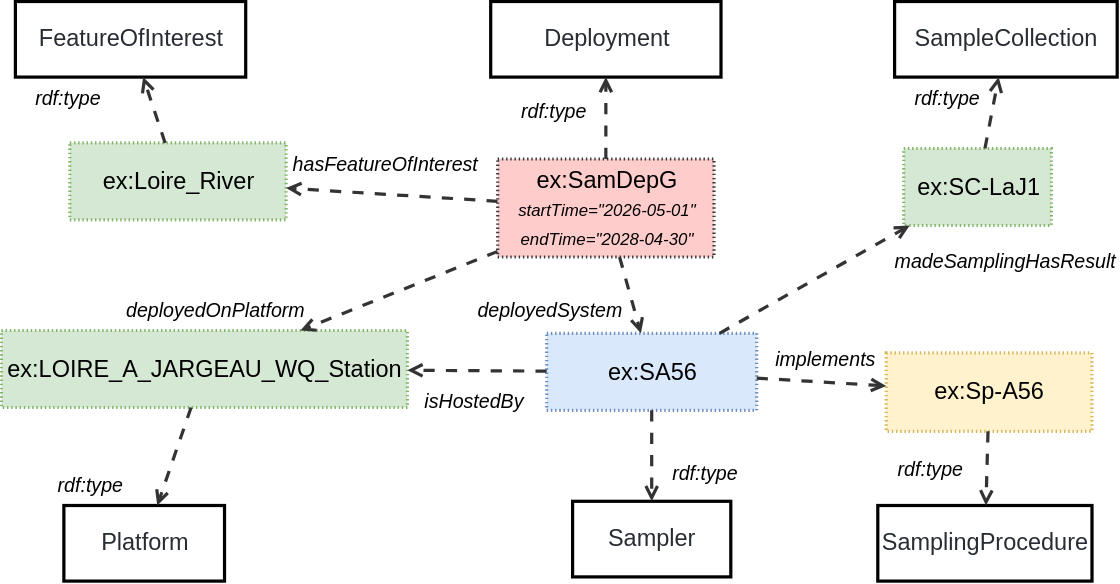
w3c/sdw-sosa-ssn keeps this draw.io diagram as ssn/images/PlannedDeployment.svg. Above is the earlier version. Source tidied: cells renumbered, new cells last; positions are measured from the earlier drawing's top-left corner, leaving out a move shared by most shapes.
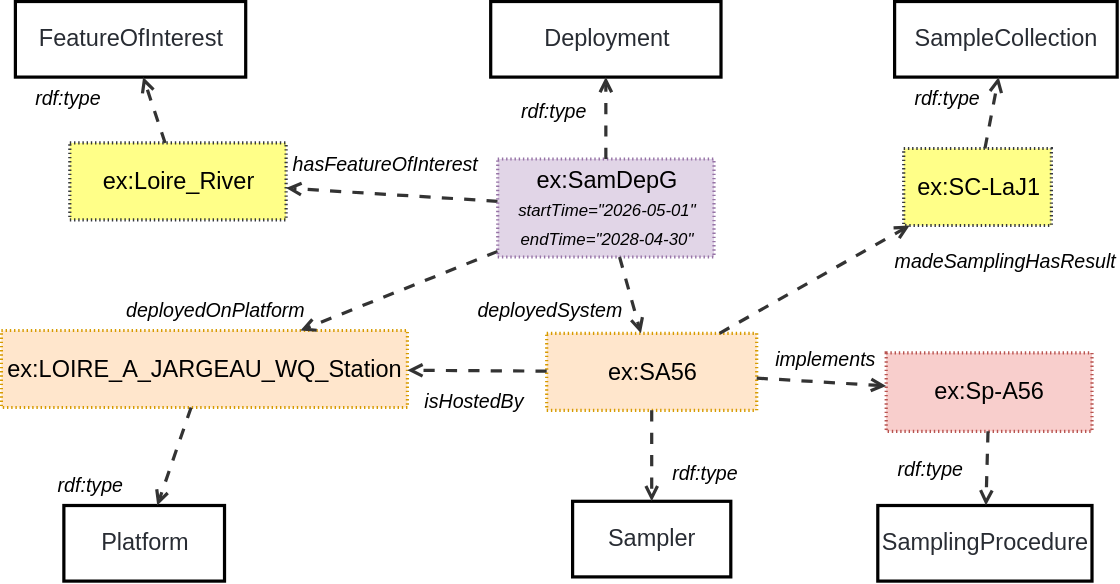
The same file after the commit.

Diff of the diagram source:
```diff
@@ -2,7 +2,7 @@
   <root>
     <mxCell id="0" />
     <mxCell id="1" parent="0" />
-    <mxCell id="2" value="ex:SC-LaJ1" style="html=1;overflow=block;blockSpacing=1;whiteSpace=wrap;fontSize=16.8;align=center;spacing=0;strokeOpacity=100;fillColor=#d5e8d4;dashed=1;fixDash=1;dashPattern=1 2;strokeWidth=2.3;strokeColor=#82b366;" parent="1" vertex="1">
+    <mxCell id="2" value="ex:SC-LaJ1" style="html=1;overflow=block;blockSpacing=1;whiteSpace=wrap;fontSize=16.8;align=center;spacing=0;strokeOpacity=100;fillColor=#ffff88;dashed=1;fixDash=1;dashPattern=1 2;strokeWidth=2.3;strokeColor=#36393d;" parent="1" vertex="1">
       <mxGeometry x="644.5" y="105" width="105.5" height="55" as="geometry" />
     </mxCell>
     <mxCell id="3" value="SampleCollection" style="html=1;overflow=block;blockSpacing=1;whiteSpace=wrap;fontSize=16.8;fontColor=#282c33;align=center;spacing=0;strokeOpacity=100;fillColor=none;strokeWidth=2.3;" parent="1" vertex="1">
@@ -14,7 +14,7 @@
     <mxCell id="5" value="rdf:type" style="html=1;overflow=block;blockSpacing=1;whiteSpace=wrap;fontSize=14;fontStyle=2;align=center;spacing=0;strokeColor=none;strokeOpacity=100;fillOpacity=100;fillColor=none;strokeWidth=2.3;lucidId=ZyNQdXScJ7d8;" parent="1" vertex="1">
       <mxGeometry x="638" y="54" width="75" height="30" as="geometry" />
     </mxCell>
-    <mxCell id="6" value="ex:Loire_River" style="html=1;overflow=block;blockSpacing=1;whiteSpace=wrap;fontSize=16.8;align=center;spacing=0;strokeOpacity=100;fillColor=#d5e8d4;dashed=1;fixDash=1;dashPattern=1 2;strokeWidth=2.3;strokeColor=#82b366;" parent="1" vertex="1">
+    <mxCell id="6" value="ex:Loire_River" style="html=1;overflow=block;blockSpacing=1;whiteSpace=wrap;fontSize=16.8;align=center;spacing=0;strokeOpacity=100;fillColor=#ffff88;dashed=1;fixDash=1;dashPattern=1 2;strokeWidth=2.3;strokeColor=#36393d;" parent="1" vertex="1">
       <mxGeometry x="48.9" y="101" width="154.5" height="55" as="geometry" />
     </mxCell>
     <mxCell id="7" style="html=1;jettySize=18;whiteSpace=wrap;fontSize=13;strokeColor=#333333;strokeOpacity=100;dashed=1;fixDash=1;dashPattern=8 8;strokeWidth=2.3;rounded=0;arcSize=24;startArrow=none;endArrow=open;lucidId=a.MQUB3mGXbf;" parent="1" edge="1" source="30" target="6">
@@ -32,7 +32,7 @@
     <mxCell id="11" style="html=1;jettySize=18;whiteSpace=wrap;fontSize=13;strokeColor=#333333;strokeOpacity=100;dashed=1;fixDash=1;dashPattern=8 8;strokeWidth=2.3;rounded=0;startArrow=none;endArrow=open;lucidId=XvNQ3zJcAKRb;" parent="1" edge="1" source="6" target="9">
       <mxGeometry relative="1" as="geometry" />
     </mxCell>
-    <mxCell id="12" value="ex:SA56" style="html=1;overflow=block;blockSpacing=1;whiteSpace=wrap;fontSize=16.8;align=center;spacing=0;strokeOpacity=100;fillColor=#dae8fc;dashed=1;fixDash=1;dashPattern=1 2;strokeWidth=2.3;strokeColor=#6c8ebf;" parent="1" vertex="1">
+    <mxCell id="12" value="ex:SA56" style="html=1;overflow=block;blockSpacing=1;whiteSpace=wrap;fontSize=16.8;align=center;spacing=0;strokeOpacity=100;fillColor=#ffe6cc;dashed=1;fixDash=1;dashPattern=1 2;strokeWidth=2.3;strokeColor=#d79b00;" parent="1" vertex="1">
       <mxGeometry x="389.5" y="237" width="150" height="55" as="geometry" />
     </mxCell>
     <mxCell id="13" value="Sampler" style="html=1;overflow=block;blockSpacing=1;whiteSpace=wrap;fontSize=16.8;fontColor=#282c33;align=center;spacing=0;strokeOpacity=100;fillColor=none;strokeWidth=2.3;" parent="1" vertex="1">
@@ -50,7 +50,7 @@
     <mxCell id="17" value="madeSamplingHasResult" style="html=1;overflow=block;blockSpacing=1;whiteSpace=wrap;fontSize=14;fontStyle=2;align=center;spacing=0;strokeColor=none;strokeOpacity=100;fillOpacity=100;fillColor=none;strokeWidth=2.3;lucidId=a.MQIzYVmevB;" parent="1" vertex="1">
       <mxGeometry x="638" y="170" width="75" height="30" as="geometry" />
     </mxCell>
-    <mxCell id="18" value="ex:LOIRE_A_JARGEAU_WQ_Station" style="html=1;overflow=block;blockSpacing=1;whiteSpace=wrap;fontSize=16.8;align=center;spacing=0;strokeOpacity=100;fillColor=#d5e8d4;dashed=1;fixDash=1;dashPattern=1 2;strokeWidth=2.3;strokeColor=#82b366;" parent="1" vertex="1">
+    <mxCell id="18" value="ex:LOIRE_A_JARGEAU_WQ_Station" style="html=1;overflow=block;blockSpacing=1;whiteSpace=wrap;fontSize=16.8;align=center;spacing=0;strokeOpacity=100;fillColor=#ffe6cc;dashed=1;fixDash=1;dashPattern=1 2;strokeWidth=2.3;strokeColor=#d79b00;" parent="1" vertex="1">
       <mxGeometry y="235" width="290" height="55" as="geometry" />
     </mxCell>
     <mxCell id="19" value="Platform" style="html=1;overflow=block;blockSpacing=1;whiteSpace=wrap;fontSize=16.8;fontColor=#282c33;align=center;spacing=0;strokeOpacity=100;fillColor=none;strokeWidth=2.3;" parent="1" vertex="1">
@@ -68,7 +68,7 @@
     <mxCell id="23" value="deployedOnPlatform" style="html=1;overflow=block;blockSpacing=1;whiteSpace=wrap;fontSize=14;fontStyle=2;align=center;spacing=0;strokeColor=none;strokeOpacity=100;fillOpacity=100;fillColor=none;strokeWidth=2.3;lucidId=a.MQIzYVmevB;" parent="1" vertex="1">
       <mxGeometry x="88.6" y="205" width="75" height="30" as="geometry" />
     </mxCell>
-    <mxCell id="24" value="ex:Sp-A56" style="html=1;overflow=block;blockSpacing=1;whiteSpace=wrap;fontSize=16.8;align=center;spacing=0;strokeOpacity=100;fillColor=#fff2cc;dashed=1;fixDash=1;dashPattern=1 2;strokeWidth=2.3;strokeColor=#d6b656;" parent="1" vertex="1">
+    <mxCell id="24" value="ex:Sp-A56" style="html=1;overflow=block;blockSpacing=1;whiteSpace=wrap;fontSize=16.8;align=center;spacing=0;strokeOpacity=100;fillColor=#f8cecc;dashed=1;fixDash=1;dashPattern=1 2;strokeWidth=2.3;strokeColor=#b85450;" parent="1" vertex="1">
       <mxGeometry x="632" y="251" width="147" height="56" as="geometry" />
     </mxCell>
     <mxCell id="25" value="SamplingProcedure" style="html=1;overflow=block;blockSpacing=1;whiteSpace=wrap;fontSize=16.8;fontColor=#282c33;align=center;spacing=0;strokeOpacity=100;fillColor=none;strokeWidth=2.3;" parent="1" vertex="1">
@@ -86,7 +86,7 @@
     <mxCell id="29" value="implements" style="html=1;overflow=block;blockSpacing=1;whiteSpace=wrap;fontSize=14;fontStyle=2;align=center;spacing=0;strokeColor=none;strokeOpacity=100;fillOpacity=100;fillColor=none;strokeWidth=2.3;lucidId=ZyNQdXScJ7d8;" parent="1" vertex="1">
       <mxGeometry x="551" y="240" width="75" height="30" as="geometry" />
     </mxCell>
-    <mxCell id="30" value="ex:SamDepG&lt;br&gt;&lt;font style=&quot;font-size: 12px;&quot;&gt;&lt;i&gt;startTime=&quot;2026-05-01&quot;&lt;br&gt;endTime=&quot;2028-04-30&quot;&lt;/i&gt;&lt;/font&gt;" style="html=1;overflow=block;blockSpacing=1;whiteSpace=wrap;fontSize=16.8;align=center;spacing=0;strokeOpacity=100;fillColor=#ffcccc;dashed=1;fixDash=1;dashPattern=1 2;strokeWidth=2.3;strokeColor=#36393d;" parent="1" vertex="1">
+    <mxCell id="30" value="ex:SamDepG&lt;br&gt;&lt;font style=&quot;font-size: 12px;&quot;&gt;&lt;i&gt;startTime=&quot;2026-05-01&quot;&lt;br&gt;endTime=&quot;2028-04-30&quot;&lt;/i&gt;&lt;/font&gt;" style="html=1;overflow=block;blockSpacing=1;whiteSpace=wrap;fontSize=16.8;align=center;spacing=0;strokeOpacity=100;fillColor=#e1d5e7;dashed=1;fixDash=1;dashPattern=1 2;strokeWidth=2.3;strokeColor=#9673a6;" parent="1" vertex="1">
       <mxGeometry x="354.5" y="112.5" width="154.5" height="70" as="geometry" />
     </mxCell>
     <mxCell id="31" value="Deployment" style="html=1;overflow=block;blockSpacing=1;whiteSpace=wrap;fontSize=16.8;fontColor=#282c33;align=center;spacing=0;strokeOpacity=100;fillColor=none;strokeWidth=2.3;" parent="1" vertex="1">
```
